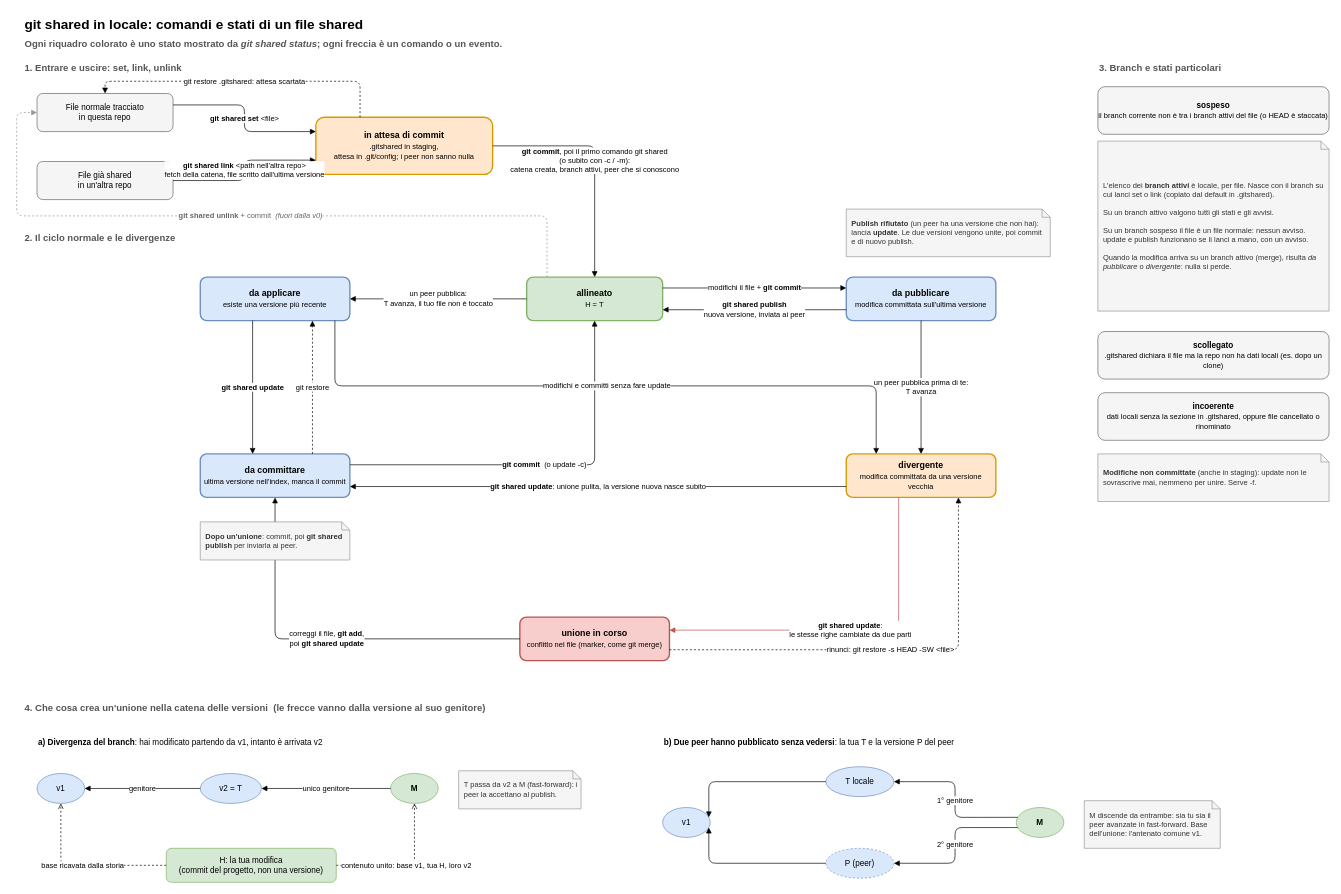
The draw.io diagram doc/git-shared-comandi-stati.drawio.xml in AcAjoInox/Shared-Files-for-Git, before the edit. Source tidied: cells renumbered, new cells numbered last; positions are measured from the earlier drawing's top-left corner, leaving out a move shared by most shapes. Both pictures are drawn from the tidied source at 68%, with x=0, y=0 at pixel (16, 12).
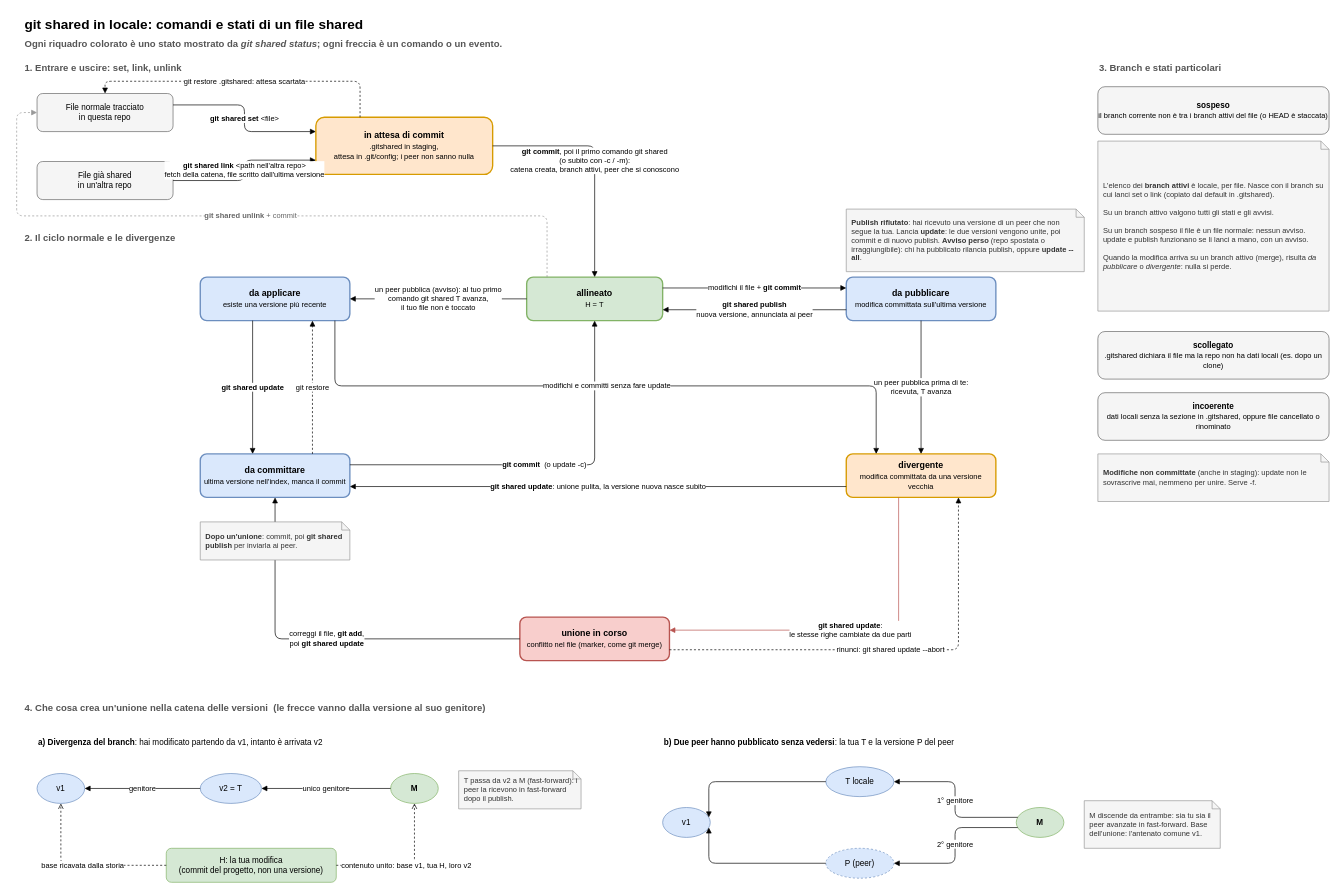
Above is the later version.

Commit message (it also covers changes not shown here):
doc: diagrammi draw.io aggiornati a D-099 (avvisi, ricezione, update --all)

Architettura: cartella .git/shared/inbox in ogni repo, publish che scrive
un avviso nel peer, ricezione da status/publish/update con fetch dalle
repo annuncianti. Comandi e stati: publish annunciata, ricezione al primo
comando, rinuncia con update --abort, avviso perso. Tolti i 'fuori dalla
v0' rimasti su unlink.

Unchanged cells that the change refers to:
```xml
<mxCell id="5" value="File normale tracciato&lt;br&gt;in questa repo" style="rounded=1;whiteSpace=wrap;html=1;fontSize=12;fillColor=#f5f5f5;strokeColor=#666666;fontSize=12;" parent="1" vertex="1">
  <mxGeometry x="30" y="120" width="200" height="56" as="geometry" />
</mxCell>
<mxCell id="12" value="allineato&lt;br&gt;&lt;span style='font-weight:normal;font-size:11px'&gt;H = T&lt;/span&gt;" style="rounded=1;whiteSpace=wrap;html=1;fontSize=13;fontStyle=1;strokeWidth=2;fillColor=#d5e8d4;strokeColor=#82b366;" parent="1" vertex="1">
  <mxGeometry x="750" y="390" width="200" height="64" as="geometry" />
</mxCell>
<mxCell id="13" value="da pubblicare&lt;br&gt;&lt;span style='font-weight:normal;font-size:11px'&gt;modifica committata sull'ultima versione&lt;/span&gt;" style="rounded=1;whiteSpace=wrap;html=1;fontSize=13;fontStyle=1;strokeWidth=2;fillColor=#dae8fc;strokeColor=#6c8ebf;" parent="1" vertex="1">
  <mxGeometry x="1220" y="390" width="220" height="64" as="geometry" />
</mxCell>
<mxCell id="14" value="da applicare&lt;br&gt;&lt;span style='font-weight:normal;font-size:11px'&gt;esiste una versione più recente&lt;/span&gt;" style="rounded=1;whiteSpace=wrap;html=1;fontSize=13;fontStyle=1;strokeWidth=2;fillColor=#dae8fc;strokeColor=#6c8ebf;" parent="1" vertex="1">
  <mxGeometry x="270" y="390" width="220" height="64" as="geometry" />
</mxCell>
<mxCell id="16" value="divergente&lt;br&gt;&lt;span style='font-weight:normal;font-size:11px'&gt;modifica committata da una versione vecchia&lt;/span&gt;" style="rounded=1;whiteSpace=wrap;html=1;fontSize=13;fontStyle=1;strokeWidth=2;fillColor=#ffe6cc;strokeColor=#d79b00;" parent="1" vertex="1">
  <mxGeometry x="1220" y="650" width="220" height="64" as="geometry" />
</mxCell>
<mxCell id="17" value="unione in corso&lt;br&gt;&lt;span style='font-weight:normal;font-size:11px'&gt;conflitto nel file (marker, come git merge)&lt;/span&gt;" style="rounded=1;whiteSpace=wrap;html=1;fontSize=13;fontStyle=1;strokeWidth=2;fillColor=#f8cecc;strokeColor=#b85450;" parent="1" vertex="1">
  <mxGeometry x="740" y="890" width="220" height="64" as="geometry" />
</mxCell>
```

Change to the diagram source:
```diff
@@
-    <mxCell id="19" value="&lt;b&gt;git shared unlink&lt;/b&gt; + commit &amp;nbsp;&lt;i&gt;(fuori dalla v0)&lt;/i&gt;" style="edgeStyle=orthogonalEdgeStyle;rounded=1;html=1;endArrow=block;endFill=1;fontSize=11;labelBackgroundColor=#ffffff;dashed=1;strokeColor=#999999;fontColor=#666666;exitX=0.15;exitY=0;entryX=0;entryY=0.5;" parent="1" edge="1" source="12" target="5">
+    <mxCell id="19" value="&lt;b&gt;git shared unlink&lt;/b&gt; + commit" style="edgeStyle=orthogonalEdgeStyle;rounded=1;html=1;endArrow=block;endFill=1;fontSize=11;labelBackgroundColor=#ffffff;dashed=1;strokeColor=#999999;fontColor=#666666;exitX=0.15;exitY=0;entryX=0;entryY=0.5;" parent="1" edge="1" source="12" target="5">
       <mxGeometry relative="1" as="geometry">
         <Array as="points">
           <mxPoint x="780" y="300" />
           <mxPoint y="300" />
           <mxPoint y="148" />
         </Array>
       </mxGeometry>
     </mxCell>
@@
-    <mxCell id="21" value="&lt;b&gt;git shared publish&lt;/b&gt;&lt;br&gt;nuova versione, inviata ai peer" style="edgeStyle=orthogonalEdgeStyle;rounded=1;html=1;endArrow=block;endFill=1;fontSize=11;labelBackgroundColor=#ffffff;exitX=0;exitY=0.75;entryX=1;entryY=0.75;" parent="1" edge="1" source="13" target="12">
+    <mxCell id="21" value="&lt;b&gt;git shared publish&lt;/b&gt;&lt;br&gt;nuova versione, annunciata ai peer" style="edgeStyle=orthogonalEdgeStyle;rounded=1;html=1;endArrow=block;endFill=1;fontSize=11;labelBackgroundColor=#ffffff;exitX=0;exitY=0.75;entryX=1;entryY=0.75;" parent="1" edge="1" source="13" target="12">
       <mxGeometry relative="1" as="geometry" />
     </mxCell>
-    <mxCell id="22" value="un peer pubblica:&lt;br&gt;T avanza, il tuo file non è toccato" style="edgeStyle=orthogonalEdgeStyle;rounded=1;html=1;endArrow=block;endFill=1;fontSize=11;labelBackgroundColor=#ffffff;exitX=0;exitY=0.5;entryX=1;entryY=0.5;" parent="1" edge="1" source="12" target="14">
+    <mxCell id="22" value="un peer pubblica (avviso): al tuo primo&lt;br&gt;comando git shared T avanza,&lt;br&gt;il tuo file non è toccato" style="edgeStyle=orthogonalEdgeStyle;rounded=1;html=1;endArrow=block;endFill=1;fontSize=11;labelBackgroundColor=#ffffff;exitX=0;exitY=0.5;entryX=1;entryY=0.5;" parent="1" edge="1" source="12" target="14">
       <mxGeometry relative="1" as="geometry" />
     </mxCell>
@@
-    <mxCell id="26" value="un peer pubblica prima di te:&lt;br&gt;T avanza" style="edgeStyle=orthogonalEdgeStyle;rounded=1;html=1;endArrow=block;endFill=1;fontSize=11;labelBackgroundColor=#ffffff;exitX=0.5;exitY=1;entryX=0.5;entryY=0;" parent="1" edge="1" source="13" target="16">
+    <mxCell id="26" value="un peer pubblica prima di te:&lt;br&gt;ricevuta, T avanza" style="edgeStyle=orthogonalEdgeStyle;rounded=1;html=1;endArrow=block;endFill=1;fontSize=11;labelBackgroundColor=#ffffff;exitX=0.5;exitY=1;entryX=0.5;entryY=0;" parent="1" edge="1" source="13" target="16">
       <mxGeometry relative="1" as="geometry" />
     </mxCell>
@@
-    <mxCell id="30" value="rinunci: git restore -s HEAD -SW &amp;lt;file&amp;gt;" style="edgeStyle=orthogonalEdgeStyle;rounded=1;html=1;endArrow=block;endFill=1;fontSize=11;labelBackgroundColor=#ffffff;dashed=1;exitX=1;exitY=0.75;entryX=0.75;entryY=1;" parent="1" edge="1" source="17" target="16">
+    <mxCell id="30" value="rinunci: git shared update --abort" style="edgeStyle=orthogonalEdgeStyle;rounded=1;html=1;endArrow=block;endFill=1;fontSize=11;labelBackgroundColor=#ffffff;dashed=1;exitX=1;exitY=0.75;entryX=0.75;entryY=1;" parent="1" edge="1" source="17" target="16">
       <mxGeometry relative="1" as="geometry" />
     </mxCell>
@@
-    <mxCell id="33" value="&lt;b&gt;Publish rifiutato&lt;/b&gt; (un peer ha una versione che non hai): lancia &lt;b&gt;update&lt;/b&gt;. Le due versioni vengono unite, poi commit e di nuovo publish." style="shape=note;size=12;whiteSpace=wrap;html=1;fontSize=11;align=left;spacingLeft=6;spacingRight=4;fillColor=#f5f5f5;strokeColor=#999999;fontColor=#333333;" parent="1" vertex="1">
-      <mxGeometry x="1220" y="290" width="300" height="70" as="geometry" />
+    <mxCell id="33" value="&lt;b&gt;Publish rifiutato&lt;/b&gt;: hai ricevuto una versione di un peer che non segue la tua. Lancia &lt;b&gt;update&lt;/b&gt;: le due versioni vengono unite, poi commit e di nuovo publish. &lt;b&gt;Avviso perso&lt;/b&gt; (repo spostata o irraggiungibile): chi ha pubblicato rilancia publish, oppure &lt;b&gt;update --all&lt;/b&gt;." style="shape=note;size=12;whiteSpace=wrap;html=1;fontSize=11;align=left;spacingLeft=6;spacingRight=4;fillColor=#f5f5f5;strokeColor=#999999;fontColor=#333333;" parent="1" vertex="1">
+      <mxGeometry x="1220" y="290" width="350" height="92" as="geometry" />
     </mxCell>
@@
-    <mxCell id="50" value="T passa da v2 a M (fast-forward): i peer la accettano al publish." style="shape=note;size=12;whiteSpace=wrap;html=1;fontSize=11;align=left;spacingLeft=6;spacingRight=4;fillColor=#f5f5f5;strokeColor=#999999;fontColor=#333333;" parent="1" vertex="1">
+    <mxCell id="50" value="T passa da v2 a M (fast-forward): i peer la ricevono in fast-forward dopo il publish." style="shape=note;size=12;whiteSpace=wrap;html=1;fontSize=11;align=left;spacingLeft=6;spacingRight=4;fillColor=#f5f5f5;strokeColor=#999999;fontColor=#333333;" parent="1" vertex="1">
       <mxGeometry x="650" y="1116" width="180" height="56" as="geometry" />
     </mxCell>
```
